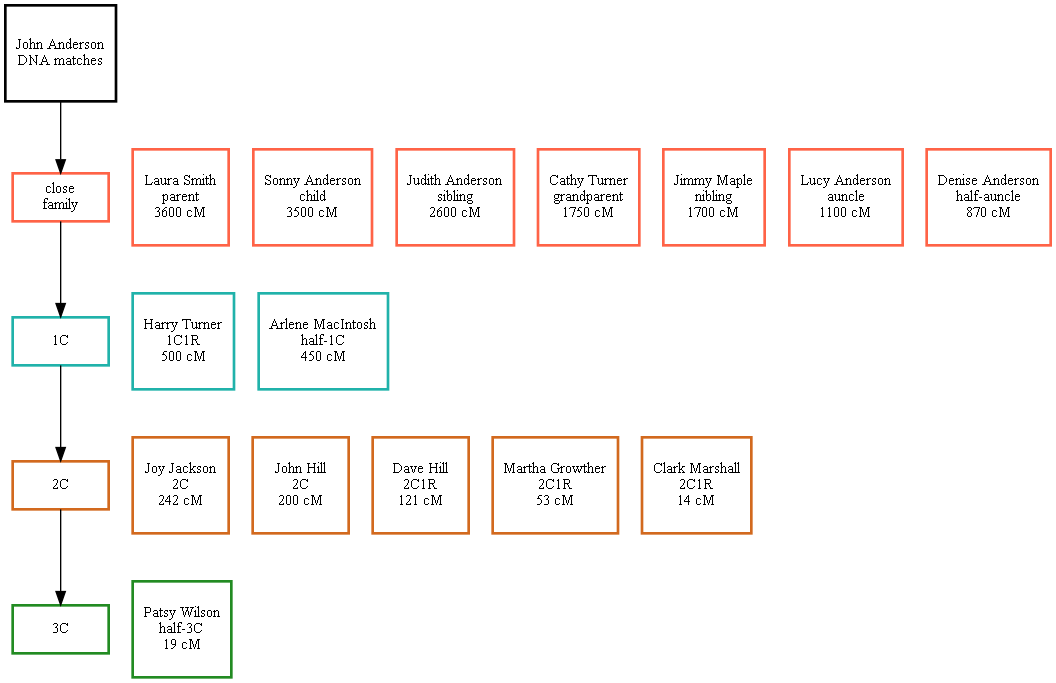
Before: test-data/larger-matrix.png, a diagram exported from Graphviz (johnandrea/draw-dna-matches). Its source is kept beside it as test-data/larger-matrix.dot. The source it was exported from:
```dot
digraph DNA_matches {
  node [
  style = "setlinewidth(2)",
  fontsize = 11, height = 1,
  shape = box, width = 1 ]

subgraph self {
  graph [rank = same]
  edge [style = invis];
  self_label [
     label = "John Anderson\nDNA matches",
     height = 1,
     row = top
  ];
}

 subgraph close {
   graph [rank = same]
   node [color="tomato"]
   edge [style = invis];
   close_label [
      label = "close\nfamily",
      height = 0.5,
      row = top
   ];
   close_1 [label="Laura Smith\nparent\n3600 cM"]
   close_label -> close_1
   close_2 [label="Sonny Anderson\nchild\n3500 cM"]
   close_1 -> close_2
   close_3 [label="Judith Anderson\nsibling\n2600 cM"]
   close_2 -> close_3
   close_4 [label="Cathy Turner\ngrandparent\n1750 cM"]
   close_3 -> close_4
   close_5 [label="Jimmy Maple\nnibling\n1700 cM"]
   close_4 -> close_5
   close_6 [label="Lucy Anderson\nauncle\n1100 cM"]
   close_5 -> close_6
   close_7 [label="Denise Anderson\nhalf-auncle\n870 cM"]
   close_6 -> close_7
 }

self_label -> close_label

 subgraph cuz1 {
   graph [rank = same]
   node [color="lightseagreen"]
   edge [style = invis];
   cuz1_label [
      label = "1C",
      height = 0.5,
      row = top
   ];
   cuz1_1 [label="Harry Turner\n1C1R\n500 cM"]
   cuz1_label -> cuz1_1
   cuz1_2 [label="Arlene MacIntosh\nhalf-1C\n450 cM"]
   cuz1_1 -> cuz1_2
 }

close_label -> cuz1_label

 subgraph cuz2 {
   graph [rank = same]
   node [color="chocolate"]
   edge [style = invis];
   cuz2_label [
      label = "2C",
      height = 0.5,
      row = top
   ];
   cuz2_1 [label="Joy Jackson\n2C\n242 cM"]
   cuz2_label -> cuz2_1
   cuz2_2 [label="John Hill\n2C\n200 cM"]
   cuz2_1 -> cuz2_2
   cuz2_3 [label="Dave Hill\n2C1R\n121 cM"]
   cuz2_2 -> cuz2_3
   cuz2_4 [label="Martha Growther\n2C1R\n53 cM"]
   cuz2_3 -> cuz2_4
   cuz2_5 [label="Clark Marshall\n2C1R\n14 cM"]
   cuz2_4 -> cuz2_5
 }

cuz1_label -> cuz2_label

 subgraph cuz3 {
   graph [rank = same]
   node [color="forestgreen"]
   edge [style = invis];
   cuz3_label [
      label = "3C",
      height = 0.5,
      row = top
   ];
   cuz3_1 [label="Patsy Wilson\nhalf-3C\n19 cM"]
   cuz3_label -> cuz3_1
 }

cuz2_label -> cuz3_label
}
```
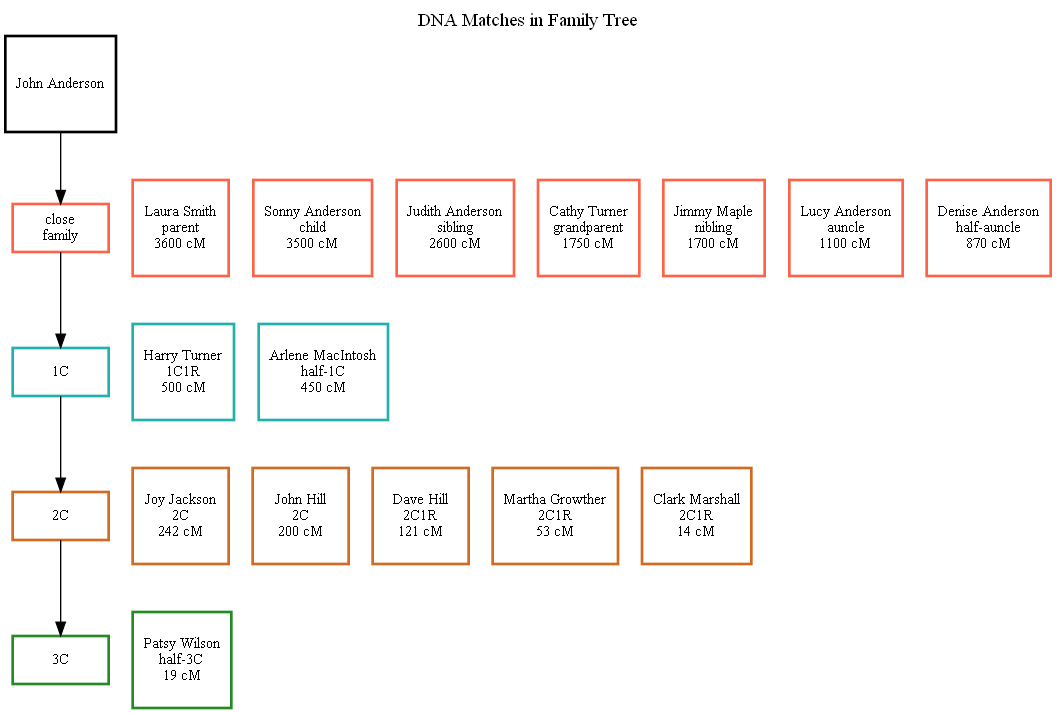
Above is the later version.

Commit message:
Show title in matrix output. Updated color selection.

What changed in the source:
```diff
@@ -1,4 +1,6 @@
 digraph DNA_matches {
+  labelloc="t";
+  label="DNA Matches in Family Tree";
   node [
   style = "setlinewidth(2)",
   fontsize = 11, height = 1,
@@ -8,7 +10,7 @@
   graph [rank = same]
   edge [style = invis];
   self_label [
-     label = "John Anderson\nDNA matches",
+     label = "John Anderson",
      height = 1,
      row = top
   ];
```
